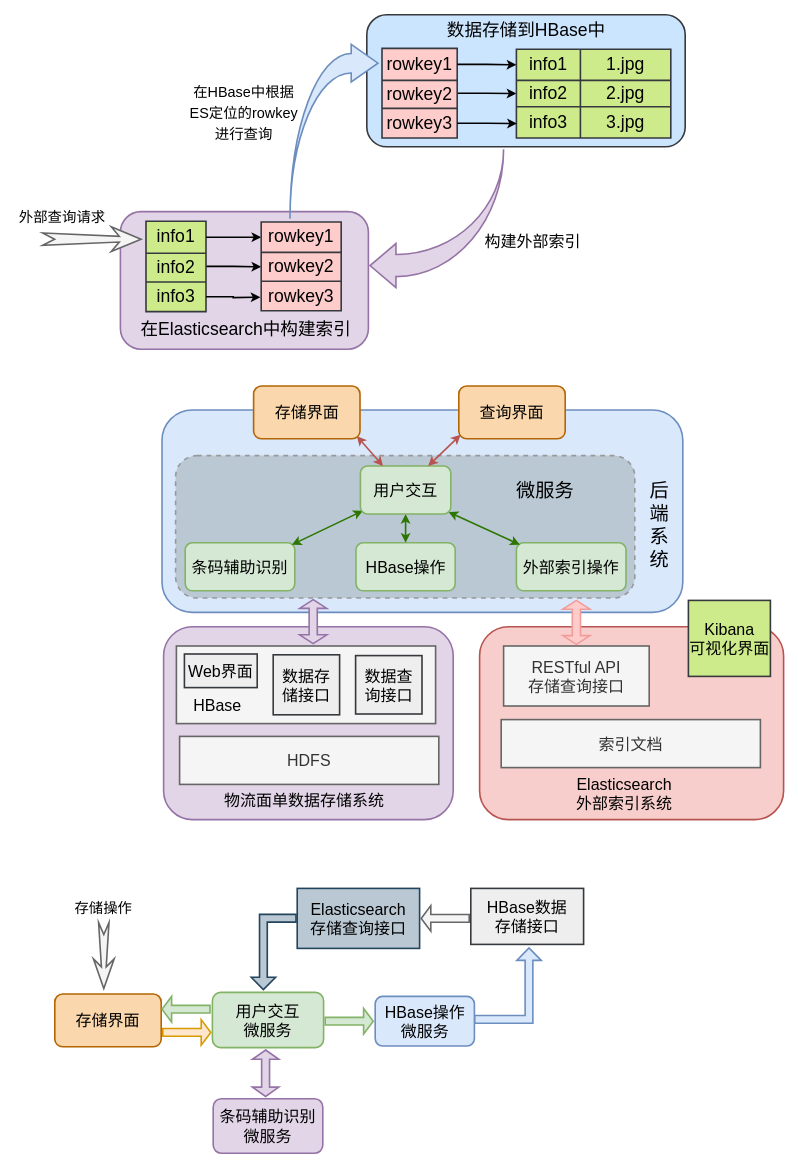
Above: page "第 4 页" (4 of 4) of 未命名绘图.drawio in Life-Cycle/xixi (draw.io), before the change. Source tidied: cells renumbered, new cells numbered last; positions are measured from the earlier drawing's top-left corner, leaving out a move shared by most shapes. Both pictures are drawn from the tidied source at 80%, with x=0, y=0 at pixel (14, 14).
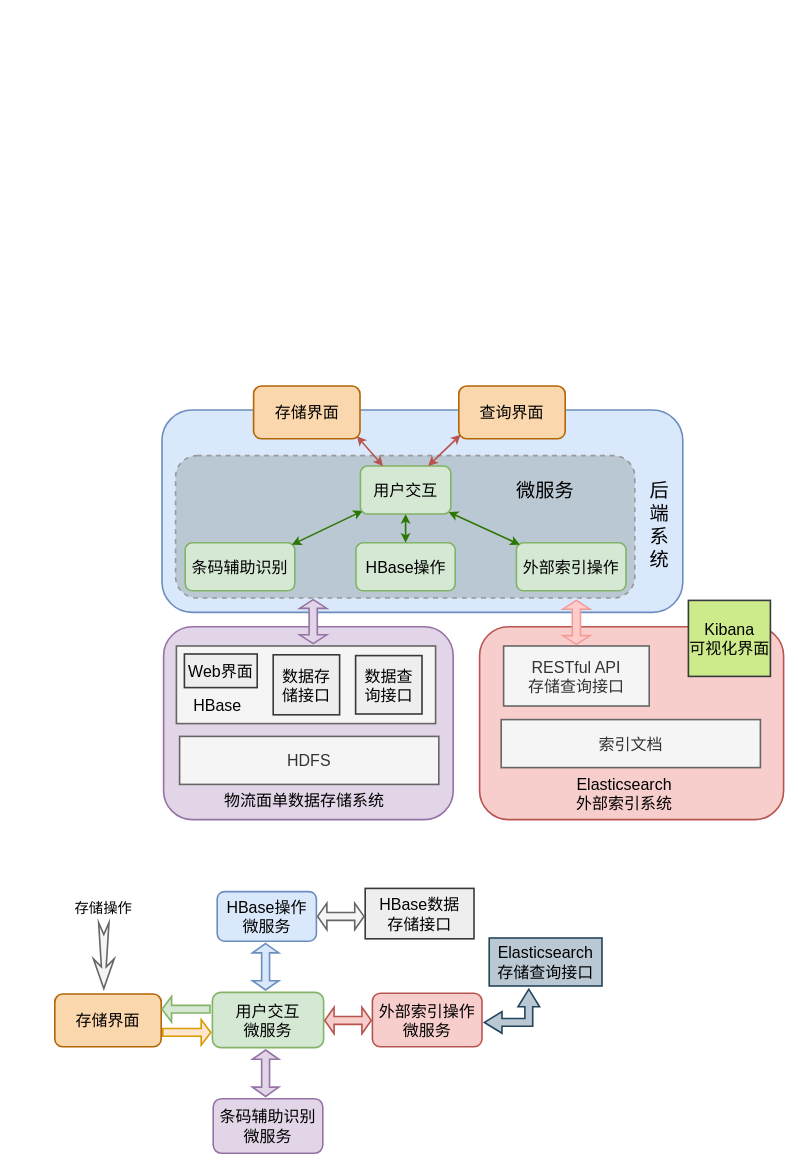
Above is the later version.

The edit, as a diff of the source:
```diff
@@
-    <mxCell id="2" style="rounded=1;whiteSpace=wrap;html=1;labelBackgroundColor=none;fontSize=22;strokeColor=#36393d;strokeWidth=2;fillColor=#cce5ff;" parent="1" vertex="1">
-      <mxGeometry x="441" width="398" height="165" as="geometry" />
-    </mxCell>
-    <mxCell id="3" value="数据存储到HBase中" style="text;html=1;strokeColor=none;fillColor=none;align=center;verticalAlign=middle;whiteSpace=wrap;rounded=0;labelBackgroundColor=none;fontSize=22;fontColor=#000000;" parent="1" vertex="1">
-      <mxGeometry x="532.5" y="5" width="215" height="30" as="geometry" />
-    </mxCell>
-    <mxCell id="4" style="rounded=1;whiteSpace=wrap;html=1;labelBackgroundColor=none;fontSize=22;strokeColor=#9673a6;strokeWidth=2;fillColor=#e1d5e7;" parent="1" vertex="1">
-      <mxGeometry x="133" y="246" width="310" height="172" as="geometry" />
-    </mxCell>
-    <mxCell id="5" value="在Elasticsearch中构建索引" style="text;html=1;strokeColor=none;fillColor=none;align=center;verticalAlign=middle;whiteSpace=wrap;rounded=0;labelBackgroundColor=none;fontSize=22;fontColor=#000000;" parent="1" vertex="1">
-      <mxGeometry x="156.8" y="379" width="265.5" height="30" as="geometry" />
-    </mxCell>
-    <mxCell id="6" style="rounded=0;jettySize=auto;html=1;exitX=1;exitY=0.5;exitDx=0;exitDy=0;entryX=0;entryY=0.5;entryDx=0;entryDy=0;fontSize=22;fontColor=#000000;startArrow=none;startFill=0;endArrow=classic;endFill=1;strokeColor=#000000;strokeWidth=2;edgeStyle=orthogonalEdgeStyle;" parent="1" edge="1" source="7" target="18">
-      <mxGeometry relative="1" as="geometry" />
-    </mxCell>
-    <mxCell id="7" style="shape=table;startSize=0;childLayout=tableLayout;labelBackgroundColor=none;fontSize=22;strokeColor=#36393d;strokeWidth=2;fillColor=#ffcccc;" parent="1" vertex="1">
-      <mxGeometry x="460" y="42" width="94" height="112" as="geometry" />
-    </mxCell>
-    <mxCell id="8" style="shape=tableRow;horizontal=0;startSize=0;swimlaneHead=0;swimlaneBody=0;top=0;left=0;bottom=0;right=0;fillColor=none;points=[[0,0.5],[1,0.5]];portConstraint=eastwest;labelBackgroundColor=none;fontSize=22;fontColor=#000000;strokeColor=#000000;strokeWidth=2;" parent="7" vertex="1">
-      <mxGeometry width="94" height="40" as="geometry" />
-    </mxCell>
-    <mxCell id="9" value="&lt;span&gt;rowkey1&lt;/span&gt;" style="shape=partialRectangle;html=1;whiteSpace=wrap;overflow=hidden;fillColor=none;top=0;left=0;bottom=0;right=0;labelBackgroundColor=none;fontSize=22;fontColor=#000000;strokeColor=#000000;strokeWidth=2;" parent="8" vertex="1">
-      <mxGeometry width="94" height="40" as="geometry" />
-    </mxCell>
-    <mxCell id="10" style="shape=tableRow;horizontal=0;startSize=0;swimlaneHead=0;swimlaneBody=0;top=0;left=0;bottom=0;right=0;fillColor=none;labelBackgroundColor=none;fontSize=22;fontColor=#000000;strokeColor=#000000;strokeWidth=2;" parent="7" vertex="1">
-      <mxGeometry y="40" width="94" height="35" as="geometry" />
-    </mxCell>
-    <mxCell id="11" value="&lt;span&gt;rowkey2&lt;/span&gt;" style="shape=partialRectangle;html=1;whiteSpace=wrap;overflow=hidden;fillColor=none;top=0;left=0;bottom=0;right=0;labelBackgroundColor=none;fontSize=22;fontColor=#000000;strokeColor=#000000;strokeWidth=2;" parent="10" vertex="1">
-      <mxGeometry width="94" height="35" as="geometry" />
-    </mxCell>
-    <mxCell id="12" style="shape=tableRow;horizontal=0;startSize=0;swimlaneHead=0;swimlaneBody=0;top=0;left=0;bottom=0;right=0;fillColor=none;points=[[0,0.5],[1,0.5]];portConstraint=eastwest;labelBackgroundColor=none;fontSize=22;fontColor=#000000;strokeColor=#000000;strokeWidth=2;" parent="7" vertex="1">
-      <mxGeometry y="75" width="94" height="37" as="geometry" />
-    </mxCell>
-    <mxCell id="13" value="&lt;span&gt;rowkey3&lt;/span&gt;" style="shape=partialRectangle;html=1;whiteSpace=wrap;overflow=hidden;fillColor=none;top=0;left=0;bottom=0;right=0;labelBackgroundColor=none;fontSize=22;fontColor=#000000;strokeColor=#000000;strokeWidth=2;" parent="12" vertex="1">
-      <mxGeometry width="94" height="37" as="geometry" />
-    </mxCell>
-    <mxCell id="14" style="shape=table;startSize=0;childLayout=tableLayout;labelBackgroundColor=none;fontSize=22;strokeColor=#36393d;strokeWidth=2;fillColor=#cdeb8b;" parent="1" vertex="1">
-      <mxGeometry x="628" y="43" width="193" height="111" as="geometry" />
-    </mxCell>
-    <mxCell id="15" style="shape=tableRow;horizontal=0;startSize=0;swimlaneHead=0;swimlaneBody=0;top=0;left=0;bottom=0;right=0;fillColor=none;points=[[0,0.5],[1,0.5]];portConstraint=eastwest;labelBackgroundColor=none;fontSize=22;fontColor=#000000;strokeColor=#000000;strokeWidth=2;" parent="14" vertex="1">
-      <mxGeometry width="193" height="39" as="geometry" />
-    </mxCell>
-    <mxCell id="16" value="info1" style="shape=partialRectangle;html=1;whiteSpace=wrap;overflow=hidden;fillColor=none;top=0;left=0;bottom=0;right=0;labelBackgroundColor=none;fontSize=22;fontColor=#000000;strokeColor=#000000;strokeWidth=2;" parent="15" vertex="1">
-      <mxGeometry width="80" height="39" as="geometry" />
-    </mxCell>
-    <mxCell id="17" value="1.jpg" style="shape=partialRectangle;html=1;whiteSpace=wrap;overflow=hidden;fillColor=none;top=0;left=0;bottom=0;right=0;labelBackgroundColor=none;fontSize=22;fontColor=#000000;strokeColor=#000000;strokeWidth=2;" parent="15" vertex="1">
-      <mxGeometry x="80" width="113" height="39" as="geometry" />
-    </mxCell>
-    <mxCell id="18" style="shape=tableRow;horizontal=0;startSize=0;swimlaneHead=0;swimlaneBody=0;top=0;left=0;bottom=0;right=0;fillColor=none;points=[[0,0.5],[1,0.5]];portConstraint=eastwest;labelBackgroundColor=none;fontSize=22;fontColor=#000000;strokeColor=#000000;strokeWidth=2;" parent="14" vertex="1">
-      <mxGeometry y="39" width="193" height="33" as="geometry" />
-    </mxCell>
-    <mxCell id="19" value="info2" style="shape=partialRectangle;html=1;whiteSpace=wrap;overflow=hidden;fillColor=none;top=0;left=0;bottom=0;right=0;labelBackgroundColor=none;fontSize=22;fontColor=#000000;strokeColor=#000000;strokeWidth=2;" parent="18" vertex="1">
-      <mxGeometry width="80" height="33" as="geometry" />
-    </mxCell>
-    <mxCell id="20" value="2.jpg" style="shape=partialRectangle;html=1;whiteSpace=wrap;overflow=hidden;fillColor=none;top=0;left=0;bottom=0;right=0;labelBackgroundColor=none;fontSize=22;fontColor=#000000;strokeColor=#000000;strokeWidth=2;" parent="18" vertex="1">
-      <mxGeometry x="80" width="113" height="33" as="geometry" />
-    </mxCell>
-    <mxCell id="21" style="shape=tableRow;horizontal=0;startSize=0;swimlaneHead=0;swimlaneBody=0;top=0;left=0;bottom=0;right=0;fillColor=none;labelBackgroundColor=none;fontSize=22;fontColor=#000000;strokeColor=#000000;strokeWidth=2;" parent="14" vertex="1">
-      <mxGeometry y="72" width="193" height="39" as="geometry" />
-    </mxCell>
-    <mxCell id="22" value="info3" style="shape=partialRectangle;html=1;whiteSpace=wrap;overflow=hidden;fillColor=none;top=0;left=0;bottom=0;right=0;labelBackgroundColor=none;fontSize=22;fontColor=#000000;strokeColor=#000000;strokeWidth=2;" parent="21" vertex="1">
-      <mxGeometry width="80" height="39" as="geometry" />
-    </mxCell>
-    <mxCell id="23" value="3.jpg" style="shape=partialRectangle;html=1;whiteSpace=wrap;overflow=hidden;fillColor=none;top=0;left=0;bottom=0;right=0;labelBackgroundColor=none;fontSize=22;fontColor=#000000;strokeColor=#000000;strokeWidth=2;" parent="21" vertex="1">
-      <mxGeometry x="80" width="113" height="39" as="geometry" />
-    </mxCell>
-    <mxCell id="24" style="edgeStyle=orthogonalEdgeStyle;rounded=0;jettySize=auto;html=1;exitX=1;exitY=0.5;exitDx=0;exitDy=0;entryX=0;entryY=0.5;entryDx=0;entryDy=0;fontSize=22;fontColor=#000000;startArrow=none;startFill=0;endArrow=classic;endFill=1;strokeColor=#000000;strokeWidth=2;" parent="1" edge="1" source="8" target="15">
-      <mxGeometry relative="1" as="geometry" />
-    </mxCell>
-    <mxCell id="25" style="edgeStyle=orthogonalEdgeStyle;rounded=0;jettySize=auto;html=1;exitX=1;exitY=0.5;exitDx=0;exitDy=0;entryX=0.003;entryY=0.838;entryDx=0;entryDy=0;entryPerimeter=0;fontSize=22;fontColor=#000000;startArrow=none;startFill=0;endArrow=classic;endFill=1;strokeColor=#000000;strokeWidth=2;" parent="1" edge="1" source="12" target="14">
-      <mxGeometry relative="1" as="geometry" />
-    </mxCell>
-    <mxCell id="26" style="edgeStyle=orthogonalEdgeStyle;rounded=0;jettySize=auto;html=1;exitX=1;exitY=0.5;exitDx=0;exitDy=0;entryX=0;entryY=0.5;entryDx=0;entryDy=0;fontSize=22;fontColor=#000000;startArrow=none;startFill=0;endArrow=classic;endFill=1;strokeColor=#000000;strokeWidth=2;" parent="1" edge="1" source="27" target="38">
-      <mxGeometry relative="1" as="geometry" />
-    </mxCell>
-    <mxCell id="27" style="shape=table;startSize=0;childLayout=tableLayout;labelBackgroundColor=none;fontSize=22;strokeColor=#36393d;strokeWidth=2;fillColor=#cdeb8b;" parent="1" vertex="1">
-      <mxGeometry x="165" y="258" width="75" height="113" as="geometry" />
-    </mxCell>
-    <mxCell id="28" style="shape=tableRow;horizontal=0;startSize=0;swimlaneHead=0;swimlaneBody=0;top=0;left=0;bottom=0;right=0;fillColor=none;points=[[0,0.5],[1,0.5]];portConstraint=eastwest;labelBackgroundColor=none;fontSize=22;fontColor=#000000;strokeColor=#000000;strokeWidth=2;" parent="27" vertex="1">
-      <mxGeometry width="75" height="40" as="geometry" />
-    </mxCell>
-    <mxCell id="29" value="&lt;span&gt;info1&lt;/span&gt;" style="shape=partialRectangle;html=1;whiteSpace=wrap;overflow=hidden;fillColor=none;top=0;left=0;bottom=0;right=0;labelBackgroundColor=none;fontSize=22;fontColor=#000000;strokeColor=#000000;strokeWidth=2;" parent="28" vertex="1">
-      <mxGeometry width="75" height="40" as="geometry" />
-    </mxCell>
-    <mxCell id="30" style="shape=tableRow;horizontal=0;startSize=0;swimlaneHead=0;swimlaneBody=0;top=0;left=0;bottom=0;right=0;fillColor=none;labelBackgroundColor=none;fontSize=22;fontColor=#000000;strokeColor=#000000;strokeWidth=2;" parent="27" vertex="1">
-      <mxGeometry y="40" width="75" height="36" as="geometry" />
-    </mxCell>
-    <mxCell id="31" value="&lt;span&gt;info2&lt;/span&gt;" style="shape=partialRectangle;html=1;whiteSpace=wrap;overflow=hidden;fillColor=none;top=0;left=0;bottom=0;right=0;labelBackgroundColor=none;fontSize=22;fontColor=#000000;strokeColor=#000000;strokeWidth=2;" parent="30" vertex="1">
-      <mxGeometry width="75" height="36" as="geometry" />
-    </mxCell>
-    <mxCell id="32" style="shape=tableRow;horizontal=0;startSize=0;swimlaneHead=0;swimlaneBody=0;top=0;left=0;bottom=0;right=0;fillColor=none;points=[[0,0.5],[1,0.5]];portConstraint=eastwest;labelBackgroundColor=none;fontSize=22;fontColor=#000000;strokeColor=#000000;strokeWidth=2;" parent="27" vertex="1">
-      <mxGeometry y="76" width="75" height="37" as="geometry" />
-    </mxCell>
-    <mxCell id="33" value="&lt;span&gt;info3&lt;/span&gt;" style="shape=partialRectangle;html=1;whiteSpace=wrap;overflow=hidden;fillColor=none;top=0;left=0;bottom=0;right=0;labelBackgroundColor=none;fontSize=22;fontColor=#000000;strokeColor=#000000;strokeWidth=2;" parent="32" vertex="1">
-      <mxGeometry width="75" height="37" as="geometry" />
-    </mxCell>
-    <mxCell id="34" style="edgeStyle=orthogonalEdgeStyle;rounded=0;jettySize=auto;html=1;exitX=1;exitY=0.5;exitDx=0;exitDy=0;fontSize=22;fontColor=#000000;startArrow=none;startFill=0;endArrow=classic;endFill=1;strokeColor=#000000;strokeWidth=2;entryX=0;entryY=0.5;entryDx=0;entryDy=0;" parent="1" edge="1" source="28" target="36">
-      <mxGeometry relative="1" as="geometry" />
-    </mxCell>
-    <mxCell id="35" style="shape=table;startSize=0;childLayout=tableLayout;labelBackgroundColor=none;fontSize=22;strokeColor=#36393d;strokeWidth=2;fillColor=#ffcccc;" parent="1" vertex="1">
-      <mxGeometry x="309" y="259" width="100" height="111" as="geometry" />
-    </mxCell>
-    <mxCell id="36" style="shape=tableRow;horizontal=0;startSize=0;swimlaneHead=0;swimlaneBody=0;top=0;left=0;bottom=0;right=0;fillColor=none;points=[[0,0.5],[1,0.5]];portConstraint=eastwest;labelBackgroundColor=none;fontSize=22;fontColor=#000000;strokeColor=#000000;strokeWidth=2;" parent="35" vertex="1">
-      <mxGeometry width="100" height="38" as="geometry" />
-    </mxCell>
-    <mxCell id="37" value="rowkey1" style="shape=partialRectangle;html=1;whiteSpace=wrap;overflow=hidden;fillColor=none;top=0;left=0;bottom=0;right=0;labelBackgroundColor=none;fontSize=22;fontColor=#000000;strokeColor=#000000;strokeWidth=2;" parent="36" vertex="1">
-      <mxGeometry width="100" height="38" as="geometry" />
-    </mxCell>
-    <mxCell id="38" style="shape=tableRow;horizontal=0;startSize=0;swimlaneHead=0;swimlaneBody=0;top=0;left=0;bottom=0;right=0;fillColor=none;points=[[0,0.5],[1,0.5]];portConstraint=eastwest;labelBackgroundColor=none;fontSize=22;fontColor=#000000;strokeColor=#000000;strokeWidth=2;" parent="35" vertex="1">
-      <mxGeometry y="38" width="100" height="36" as="geometry" />
-    </mxCell>
-    <mxCell id="39" value="&lt;span&gt;rowkey2&lt;/span&gt;" style="shape=partialRectangle;html=1;whiteSpace=wrap;overflow=hidden;fillColor=none;top=0;left=0;bottom=0;right=0;labelBackgroundColor=none;fontSize=22;fontColor=#000000;strokeColor=#000000;strokeWidth=2;" parent="38" vertex="1">
-      <mxGeometry width="100" height="36" as="geometry" />
-    </mxCell>
-    <mxCell id="40" style="shape=tableRow;horizontal=0;startSize=0;swimlaneHead=0;swimlaneBody=0;top=0;left=0;bottom=0;right=0;fillColor=none;labelBackgroundColor=none;fontSize=22;fontColor=#000000;strokeColor=#000000;strokeWidth=2;" parent="35" vertex="1">
-      <mxGeometry y="74" width="100" height="37" as="geometry" />
-    </mxCell>
-    <mxCell id="41" value="&lt;span&gt;rowkey3&lt;/span&gt;" style="shape=partialRectangle;html=1;whiteSpace=wrap;overflow=hidden;fillColor=none;top=0;left=0;bottom=0;right=0;labelBackgroundColor=none;fontSize=22;fontColor=#000000;strokeColor=#000000;strokeWidth=2;" parent="40" vertex="1">
-      <mxGeometry width="100" height="37" as="geometry" />
-    </mxCell>
-    <mxCell id="42" style="edgeStyle=orthogonalEdgeStyle;rounded=0;jettySize=auto;html=1;exitX=1;exitY=0.5;exitDx=0;exitDy=0;fontSize=22;fontColor=#000000;startArrow=none;startFill=0;endArrow=classic;endFill=1;strokeColor=#000000;strokeWidth=2;" parent="1" edge="1" source="32">
-      <mxGeometry relative="1" as="geometry">
-        <mxPoint x="308" y="353" as="targetPoint" />
-      </mxGeometry>
-    </mxCell>
-    <mxCell id="43" value="&lt;font style=&quot;font-size: 20px&quot;&gt;构建外部索引&lt;/font&gt;" style="text;html=1;align=center;verticalAlign=middle;strokeColor=none;fillColor=none;fontSize=22;fontColor=#000000;" parent="1" vertex="1">
-      <mxGeometry x="582" y="268" width="131" height="32" as="geometry" />
-    </mxCell>
-    <mxCell id="44" style="html=1;shadow=0;dashed=0;align=center;verticalAlign=middle;shape=mxgraph.arrows2.stylisedArrow;dy=0.77;dx=27.22;notch=15;feather=0.5;labelBackgroundColor=none;fontSize=18;fontColor=#333333;strokeColor=#666666;strokeWidth=2;fillColor=#f5f5f5;" parent="1" vertex="1">
-      <mxGeometry x="35.8" y="265" width="123" height="31" as="geometry" />
-    </mxCell>
-    <mxCell id="45" value="&lt;span style=&quot;font-size: 18px&quot;&gt;外部查询请求&lt;/span&gt;" style="text;html=1;align=center;verticalAlign=middle;strokeColor=none;fillColor=none;fontSize=22;fontColor=#000000;" parent="1" vertex="1">
-      <mxGeometry y="236" width="119" height="33" as="geometry" />
-    </mxCell>
-    <mxCell id="46" style="html=1;shadow=0;dashed=0;align=center;verticalAlign=middle;shape=mxgraph.arrows2.jumpInArrow;dy=12.17;dx=33.5;arrowHead=47;labelBackgroundColor=none;fontSize=18;strokeColor=#6c8ebf;strokeWidth=2;fillColor=#dae8fc;flipV=0;flipH=0;" parent="1" vertex="1">
-      <mxGeometry x="345" y="37" width="110" height="218" as="geometry" />
-    </mxCell>
-    <mxCell id="47" value="&lt;span style=&quot;font-size: 18px&quot;&gt;在HBase中根据&lt;br&gt;&lt;/span&gt;&lt;span style=&quot;font-size: 18px&quot;&gt;ES定位的rowkey&lt;br&gt;进行&lt;/span&gt;&lt;span style=&quot;font-size: 18px&quot;&gt;查询&lt;br&gt;&lt;/span&gt;" style="text;html=1;align=center;verticalAlign=middle;strokeColor=none;fillColor=none;fontSize=22;fontColor=#000000;" parent="1" vertex="1">
-      <mxGeometry x="214" y="78" width="146" height="88" as="geometry" />
-    </mxCell>
-    <mxCell id="48" style="html=1;shadow=0;dashed=0;align=center;verticalAlign=middle;shape=mxgraph.arrows2.jumpInArrow;dy=13.79;dx=32.43;arrowHead=55;labelBackgroundColor=none;fontSize=20;strokeColor=#9673a6;strokeWidth=2;fillColor=#e1d5e7;flipH=1;flipV=1;" parent="1" vertex="1">
-      <mxGeometry x="445" y="168" width="167" height="173" as="geometry" />
-    </mxCell>
@@
     <mxCell id="82" value="HBase操作&lt;br&gt;微服务" style="rounded=1;whiteSpace=wrap;html=1;labelBackgroundColor=none;fontSize=20;strokeColor=#6c8ebf;strokeWidth=2;fillColor=#dae8fc;" parent="1" vertex="1">
-      <mxGeometry x="451.5" y="1227" width="124" height="62" as="geometry" />
+      <mxGeometry x="254" y="1096" width="124" height="62" as="geometry" />
     </mxCell>
@@
-    <mxCell id="84" style="shape=singleArrow;whiteSpace=wrap;html=1;labelBackgroundColor=none;fontSize=26;strokeColor=#82b366;strokeWidth=2;fillColor=#d5e8d4;" parent="1" vertex="1">
-      <mxGeometry x="389" y="1242" width="60" height="32" as="geometry" />
-    </mxCell>
@@
     <mxCell id="86" value="HBase数据&lt;br&gt;存储接口" style="rounded=0;whiteSpace=wrap;html=1;labelBackgroundColor=none;fontSize=20;strokeColor=#36393d;strokeWidth=2;fillColor=#eeeeee;" parent="1" vertex="1">
-      <mxGeometry x="571" y="1092" width="141" height="70" as="geometry" />
+      <mxGeometry x="439" y="1092" width="136" height="63" as="geometry" />
     </mxCell>
-    <mxCell id="87" style="html=1;shadow=0;dashed=0;align=center;verticalAlign=middle;shape=mxgraph.arrows2.bendArrow;dy=4.84;dx=15.41;notch=0;arrowHead=30.5;rounded=0;labelBackgroundColor=none;fontSize=26;strokeColor=#6c8ebf;strokeWidth=2;fillColor=#dae8fc;flipV=1;rotation=-90;" parent="1" vertex="1">
-      <mxGeometry x="570.5" y="1172" width="94" height="83" as="geometry" />
-    </mxCell>
     <mxCell id="88" value="Elasticsearch&lt;br&gt;存储查询接口" style="rounded=0;whiteSpace=wrap;html=1;labelBackgroundColor=none;fontSize=20;strokeColor=#23445d;strokeWidth=2;fillColor=#bac8d3;" parent="1" vertex="1">
-      <mxGeometry x="354" y="1092" width="153" height="75" as="geometry" />
+      <mxGeometry x="594" y="1154" width="141" height="60" as="geometry" />
     </mxCell>
-    <mxCell id="89" style="shape=singleArrow;whiteSpace=wrap;html=1;labelBackgroundColor=none;fontSize=26;fontColor=#333333;strokeColor=#666666;strokeWidth=2;fillColor=#f5f5f5;flipH=1;" parent="1" vertex="1">
-      <mxGeometry x="509" y="1113.5" width="60" height="32" as="geometry" />
-    </mxCell>
-    <mxCell id="90" style="html=1;shadow=0;dashed=0;align=center;verticalAlign=middle;shape=mxgraph.arrows2.bendArrow;dy=4.84;dx=15.41;notch=0;arrowHead=30.5;rounded=0;labelBackgroundColor=none;fontSize=26;strokeColor=#23445d;strokeWidth=2;fillColor=#bac8d3;flipV=1;rotation=90;" parent="1" vertex="1">
-      <mxGeometry x="277.5" y="1143.5" width="94" height="56" as="geometry" />
-    </mxCell>
@@
+    <mxCell id="94" value="外部索引操作&lt;br&gt;微服务" style="rounded=1;whiteSpace=wrap;html=1;labelBackgroundColor=none;fontSize=20;strokeColor=#b85450;strokeWidth=2;fillColor=#f8cecc;" parent="1" vertex="1">
+      <mxGeometry x="448" y="1223" width="137" height="67" as="geometry" />
+    </mxCell>
+    <mxCell id="95" style="shape=doubleArrow;direction=south;whiteSpace=wrap;html=1;labelBackgroundColor=none;fontSize=26;strokeColor=#b85450;strokeWidth=2;fillColor=#f8cecc;rotation=-90;" parent="1" vertex="1">
+      <mxGeometry x="401" y="1228" width="33" height="58" as="geometry" />
+    </mxCell>
+    <mxCell id="96" style="shape=doubleArrow;direction=south;whiteSpace=wrap;html=1;labelBackgroundColor=none;fontSize=26;strokeColor=#666666;strokeWidth=2;fillColor=#f5f5f5;rotation=-90;fontColor=#333333;" parent="1" vertex="1">
+      <mxGeometry x="392" y="1098" width="33" height="58" as="geometry" />
+    </mxCell>
+    <mxCell id="97" style="shape=doubleArrow;direction=south;whiteSpace=wrap;html=1;labelBackgroundColor=none;fontSize=26;strokeColor=#6c8ebf;strokeWidth=2;fillColor=#dae8fc;" parent="1" vertex="1">
+      <mxGeometry x="298" y="1161" width="33" height="58" as="geometry" />
+    </mxCell>
+    <mxCell id="98" style="html=1;shadow=0;dashed=0;align=center;verticalAlign=middle;shape=mxgraph.arrows2.bendDoubleArrow;dy=4.9;dx=22;arrowHead=27;rounded=0;labelBackgroundColor=none;fontSize=18;strokeColor=#23445d;strokeWidth=2;fillColor=#bac8d3;flipV=1;flipH=1;" parent="1" vertex="1">
+      <mxGeometry x="588" y="1218" width="69" height="55" as="geometry" />
+    </mxCell>
```
